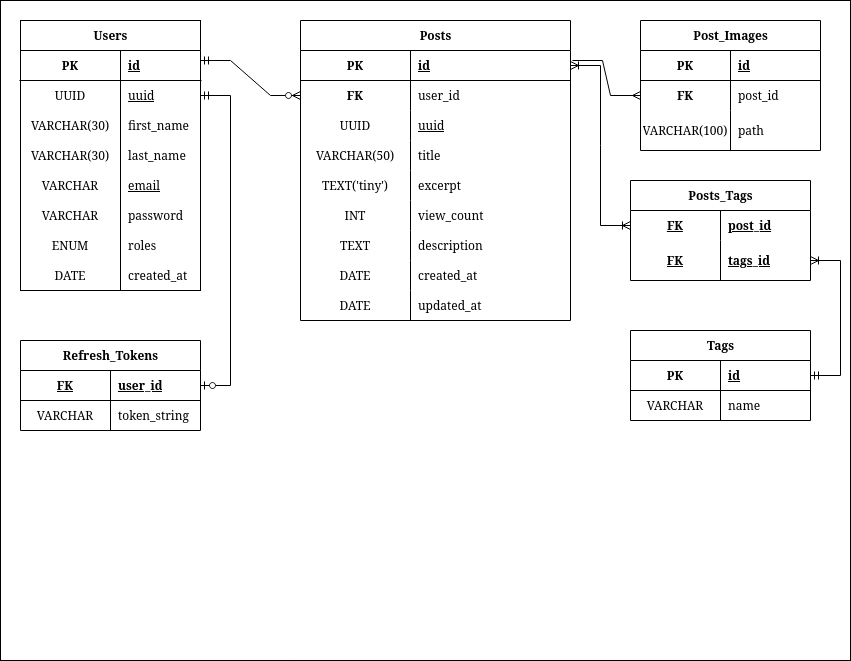
Above: docs/images/Blog ERD.png in Leezan-1/Dummy_Blog (draw.io), before the change. Source tidied: cells renumbered, new cells last; positions are measured from the earlier drawing's top-left corner, leaving out a move shared by most shapes.
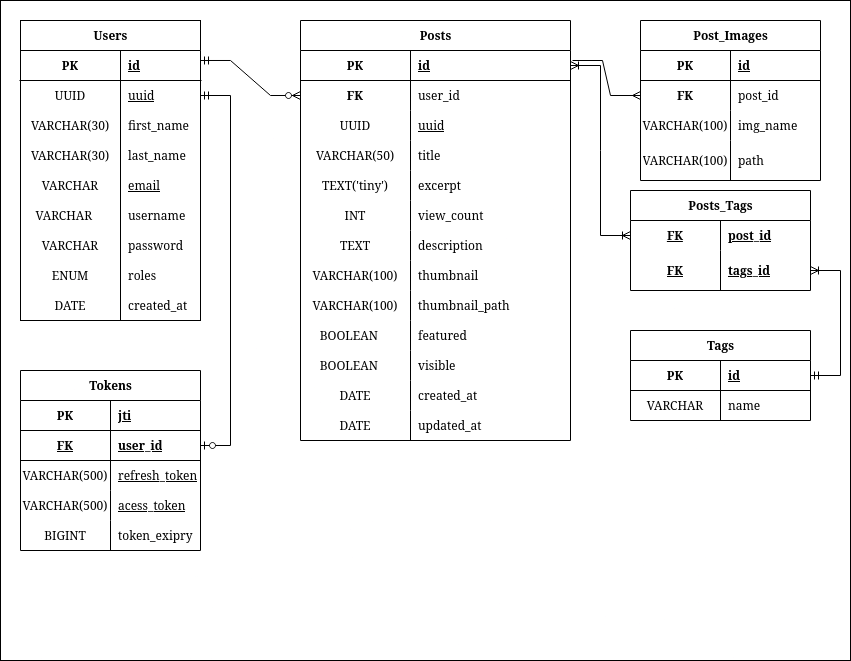
After the commit.

What changed in the source:
```diff
@@ -6,7 +6,7 @@
       <mxGeometry width="850" height="660" as="geometry" />
     </mxCell>
     <mxCell id="3" value="Users" style="shape=table;startSize=30;rowLines=0;fontStyle=1;align=center;html=1;" parent="1" vertex="1">
-      <mxGeometry x="20" y="20" width="180" height="270" as="geometry" />
+      <mxGeometry x="20" y="20" width="180" height="300" as="geometry" />
     </mxCell>
     <mxCell id="4" style="shape=tableRow;horizontal=0;startSize=0;swimlaneHead=0;swimlaneBody=0;fillColor=none;points=[[0,0.5],[1,0.5]];portConstraint=eastwest;top=0;left=0;right=0;bottom=1;" parent="3" vertex="1">
       <mxGeometry y="30" width="180" height="30" as="geometry" />
@@ -53,8 +53,17 @@
     <mxCell id="18" value="email" style="shape=partialRectangle;fillColor=none;top=0;left=0;bottom=0;right=0;align=left;spacingLeft=6;overflow=hidden;strokeColor=default;verticalAlign=middle;fontFamily=Helvetica;fontSize=12;fontColor=default;fontStyle=4;" parent="16" vertex="1">
       <mxGeometry x="100" width="80" height="30" as="geometry" />
     </mxCell>
+    <mxCell id="92" style="shape=tableRow;horizontal=0;startSize=0;swimlaneHead=0;swimlaneBody=0;fillColor=none;top=0;left=0;right=0;bottom=0;" parent="3" vertex="1">
+      <mxGeometry y="180" width="180" height="30" as="geometry" />
+    </mxCell>
+    <mxCell id="93" value="VARCHAR    " style="shape=partialRectangle;fillColor=none;top=0;left=0;bottom=0;right=0;overflow=hidden;" parent="92" vertex="1">
+      <mxGeometry width="100" height="30" as="geometry" />
+    </mxCell>
+    <mxCell id="94" value="username" style="shape=partialRectangle;fillColor=none;top=0;left=0;bottom=0;right=0;align=left;spacingLeft=6;overflow=hidden;" parent="92" vertex="1">
+      <mxGeometry x="100" width="80" height="30" as="geometry" />
+    </mxCell>
     <mxCell id="19" style="shape=tableRow;horizontal=0;startSize=0;swimlaneHead=0;swimlaneBody=0;fillColor=none;top=0;left=0;right=0;bottom=0;strokeColor=default;align=center;verticalAlign=middle;fontFamily=Helvetica;fontSize=12;fontColor=default;fontStyle=1;" parent="3" vertex="1">
-      <mxGeometry y="180" width="180" height="30" as="geometry" />
+      <mxGeometry y="210" width="180" height="30" as="geometry" />
     </mxCell>
     <mxCell id="20" value="VARCHAR" style="shape=partialRectangle;fillColor=none;top=0;left=0;bottom=0;right=0;overflow=hidden;strokeColor=default;align=center;verticalAlign=middle;fontFamily=Helvetica;fontSize=12;fontColor=default;fontStyle=0;" parent="19" vertex="1">
       <mxGeometry width="100" height="30" as="geometry" />
@@ -63,7 +72,7 @@
       <mxGeometry x="100" width="80" height="30" as="geometry" />
     </mxCell>
     <mxCell id="22" style="shape=tableRow;horizontal=0;startSize=0;swimlaneHead=0;swimlaneBody=0;fillColor=none;top=0;left=0;right=0;bottom=0;strokeColor=default;align=center;verticalAlign=middle;fontFamily=Helvetica;fontSize=12;fontColor=default;fontStyle=1;" parent="3" vertex="1">
-      <mxGeometry y="210" width="180" height="30" as="geometry" />
+      <mxGeometry y="240" width="180" height="30" as="geometry" />
     </mxCell>
     <mxCell id="23" value="ENUM" style="shape=partialRectangle;fillColor=none;top=0;left=0;bottom=0;right=0;overflow=hidden;strokeColor=default;align=center;verticalAlign=middle;fontFamily=Helvetica;fontSize=12;fontColor=default;fontStyle=0;" parent="22" vertex="1">
       <mxGeometry width="100" height="30" as="geometry" />
@@ -72,7 +81,7 @@
       <mxGeometry x="100" width="80" height="30" as="geometry" />
     </mxCell>
     <mxCell id="25" style="shape=tableRow;horizontal=0;startSize=0;swimlaneHead=0;swimlaneBody=0;fillColor=none;top=0;left=0;right=0;bottom=0;" parent="3" vertex="1">
-      <mxGeometry y="240" width="180" height="30" as="geometry" />
+      <mxGeometry y="270" width="180" height="30" as="geometry" />
     </mxCell>
     <mxCell id="26" value="DATE" style="shape=partialRectangle;fillColor=none;top=0;left=0;bottom=0;right=0;overflow=hidden;whiteSpace=wrap;html=1;" parent="25" vertex="1">
       <mxGeometry width="100" height="30" as="geometry" />
@@ -81,7 +90,7 @@
       <mxGeometry x="100" width="80" height="30" as="geometry" />
     </mxCell>
     <mxCell id="28" value="Posts" style="shape=table;startSize=30;rowLines=0;fontStyle=1;align=center;html=1;" parent="1" vertex="1">
-      <mxGeometry x="300" y="20" width="270" height="300" as="geometry" />
+      <mxGeometry x="300" y="20" width="270" height="420" as="geometry" />
     </mxCell>
     <mxCell id="29" style="shape=tableRow;horizontal=0;startSize=0;swimlaneHead=0;swimlaneBody=0;fillColor=none;points=[[0,0.5],[1,0.5]];portConstraint=eastwest;top=0;left=0;right=0;bottom=1;" parent="28" vertex="1">
       <mxGeometry y="30" width="270" height="30" as="geometry" />
@@ -146,8 +155,44 @@
     <mxCell id="49" value="description" style="shape=partialRectangle;fillColor=none;top=0;left=0;bottom=0;right=0;align=left;spacingLeft=6;overflow=hidden;" parent="47" vertex="1">
       <mxGeometry x="110" width="160" height="30" as="geometry" />
     </mxCell>
+    <mxCell id="95" style="shape=tableRow;horizontal=0;startSize=0;swimlaneHead=0;swimlaneBody=0;fillColor=none;top=0;left=0;right=0;bottom=0;" parent="28" vertex="1">
+      <mxGeometry y="240" width="270" height="30" as="geometry" />
+    </mxCell>
+    <mxCell id="96" value="VARCHAR(100)" style="shape=partialRectangle;fillColor=none;top=0;left=0;bottom=0;right=0;overflow=hidden;" parent="95" vertex="1">
+      <mxGeometry width="110" height="30" as="geometry" />
+    </mxCell>
+    <mxCell id="97" value="thumbnail" style="shape=partialRectangle;fillColor=none;top=0;left=0;bottom=0;right=0;align=left;spacingLeft=6;overflow=hidden;" parent="95" vertex="1">
+      <mxGeometry x="110" width="160" height="30" as="geometry" />
+    </mxCell>
+    <mxCell id="98" style="shape=tableRow;horizontal=0;startSize=0;swimlaneHead=0;swimlaneBody=0;fillColor=none;top=0;left=0;right=0;bottom=0;" parent="28" vertex="1">
+      <mxGeometry y="270" width="270" height="30" as="geometry" />
+    </mxCell>
+    <mxCell id="99" value="VARCHAR(100)" style="shape=partialRectangle;fillColor=none;top=0;left=0;bottom=0;right=0;overflow=hidden;" parent="98" vertex="1">
+      <mxGeometry width="110" height="30" as="geometry" />
+    </mxCell>
+    <mxCell id="100" value="thumbnail_path" style="shape=partialRectangle;fillColor=none;top=0;left=0;bottom=0;right=0;align=left;spacingLeft=6;overflow=hidden;" parent="98" vertex="1">
+      <mxGeometry x="110" width="160" height="30" as="geometry" />
+    </mxCell>
+    <mxCell id="101" style="shape=tableRow;horizontal=0;startSize=0;swimlaneHead=0;swimlaneBody=0;fillColor=none;top=0;left=0;right=0;bottom=0;" parent="28" vertex="1">
+      <mxGeometry y="300" width="270" height="30" as="geometry" />
+    </mxCell>
+    <mxCell id="102" value="BOOLEAN    " style="shape=partialRectangle;fillColor=none;top=0;left=0;bottom=0;right=0;overflow=hidden;" parent="101" vertex="1">
+      <mxGeometry width="110" height="30" as="geometry" />
+    </mxCell>
+    <mxCell id="103" value="featured" style="shape=partialRectangle;fillColor=none;top=0;left=0;bottom=0;right=0;align=left;spacingLeft=6;overflow=hidden;" parent="101" vertex="1">
+      <mxGeometry x="110" width="160" height="30" as="geometry" />
+    </mxCell>
+    <mxCell id="104" style="shape=tableRow;horizontal=0;startSize=0;swimlaneHead=0;swimlaneBody=0;fillColor=none;top=0;left=0;right=0;bottom=0;" parent="28" vertex="1">
+      <mxGeometry y="330" width="270" height="30" as="geometry" />
+    </mxCell>
+    <mxCell id="105" value="BOOLEAN    " style="shape=partialRectangle;fillColor=none;top=0;left=0;bottom=0;right=0;overflow=hidden;" parent="104" vertex="1">
+      <mxGeometry width="110" height="30" as="geometry" />
+    </mxCell>
+    <mxCell id="106" value="visible" style="shape=partialRectangle;fillColor=none;top=0;left=0;bottom=0;right=0;align=left;spacingLeft=6;overflow=hidden;" parent="104" vertex="1">
+      <mxGeometry x="110" width="160" height="30" as="geometry" />
+    </mxCell>
     <mxCell id="50" style="shape=tableRow;horizontal=0;startSize=0;swimlaneHead=0;swimlaneBody=0;fillColor=none;top=0;left=0;right=0;bottom=0;strokeColor=default;align=center;verticalAlign=middle;fontFamily=Helvetica;fontSize=12;fontColor=default;fontStyle=1;" parent="28" vertex="1">
-      <mxGeometry y="240" width="270" height="30" as="geometry" />
+      <mxGeometry y="360" width="270" height="30" as="geometry" />
     </mxCell>
     <mxCell id="51" value="DATE" style="shape=partialRectangle;fillColor=none;top=0;left=0;bottom=0;right=0;overflow=hidden;strokeColor=default;align=center;verticalAlign=middle;fontFamily=Helvetica;fontSize=12;fontColor=default;fontStyle=0;" parent="50" vertex="1">
       <mxGeometry width="110" height="30" as="geometry" />
@@ -156,7 +201,7 @@
       <mxGeometry x="110" width="160" height="30" as="geometry" />
     </mxCell>
     <mxCell id="53" style="shape=tableRow;horizontal=0;startSize=0;swimlaneHead=0;swimlaneBody=0;fillColor=none;top=0;left=0;right=0;bottom=0;strokeColor=default;align=center;verticalAlign=middle;fontFamily=Helvetica;fontSize=12;fontColor=default;fontStyle=1;" parent="28" vertex="1">
-      <mxGeometry y="270" width="270" height="30" as="geometry" />
+      <mxGeometry y="390" width="270" height="30" as="geometry" />
     </mxCell>
     <mxCell id="54" value="DATE" style="shape=partialRectangle;fillColor=none;top=0;left=0;bottom=0;right=0;overflow=hidden;strokeColor=default;align=center;verticalAlign=middle;fontFamily=Helvetica;fontSize=12;fontColor=default;fontStyle=0;" parent="53" vertex="1">
       <mxGeometry width="110" height="30" as="geometry" />
@@ -165,7 +210,7 @@
       <mxGeometry x="110" width="160" height="30" as="geometry" />
     </mxCell>
     <mxCell id="56" value="Post_Images" style="shape=table;startSize=30;rowLines=0;fontStyle=1;align=center;html=1;" parent="1" vertex="1">
-      <mxGeometry x="640" y="20" width="180" height="130" as="geometry" />
+      <mxGeometry x="640" y="20" width="180" height="160" as="geometry" />
     </mxCell>
     <mxCell id="57" style="shape=tableRow;horizontal=0;startSize=0;swimlaneHead=0;swimlaneBody=0;fillColor=none;top=0;left=0;right=0;bottom=1;" parent="56" vertex="1">
       <mxGeometry y="30" width="180" height="30" as="geometry" />
@@ -185,8 +230,17 @@
     <mxCell id="62" value="post_id" style="shape=partialRectangle;fillColor=none;top=0;left=0;bottom=0;right=0;align=left;spacingLeft=6;overflow=hidden;fontStyle=0;" parent="60" vertex="1">
       <mxGeometry x="90" width="90" height="30" as="geometry" />
     </mxCell>
+    <mxCell id="107" style="shape=tableRow;horizontal=0;startSize=0;swimlaneHead=0;swimlaneBody=0;fillColor=none;top=0;left=0;right=0;bottom=0;" parent="56" vertex="1">
+      <mxGeometry y="90" width="180" height="30" as="geometry" />
+    </mxCell>
+    <mxCell id="108" value="VARCHAR(100)" style="shape=partialRectangle;fillColor=none;top=0;left=0;bottom=0;right=0;overflow=hidden;" parent="107" vertex="1">
+      <mxGeometry width="90" height="30" as="geometry" />
+    </mxCell>
+    <mxCell id="109" value="img_name" style="shape=partialRectangle;fillColor=none;top=0;left=0;bottom=0;right=0;align=left;spacingLeft=6;overflow=hidden;" parent="107" vertex="1">
+      <mxGeometry x="90" width="90" height="30" as="geometry" />
+    </mxCell>
     <mxCell id="63" style="shape=tableRow;horizontal=0;startSize=0;swimlaneHead=0;swimlaneBody=0;fillColor=none;top=0;left=0;right=0;bottom=0;" parent="56" vertex="1">
-      <mxGeometry y="90" width="180" height="40" as="geometry" />
+      <mxGeometry y="120" width="180" height="40" as="geometry" />
     </mxCell>
     <mxCell id="64" value="VARCHAR(100)" style="shape=partialRectangle;fillColor=none;top=0;left=0;bottom=0;right=0;overflow=hidden;whiteSpace=wrap;html=1;" parent="63" vertex="1">
       <mxGeometry width="90" height="40" as="geometry" />
@@ -208,7 +262,7 @@
       </mxGeometry>
     </mxCell>
     <mxCell id="67" value="Posts_Tags" style="shape=table;startSize=30;rowLines=0;fontStyle=1;align=center;html=1;" parent="1" vertex="1">
-      <mxGeometry x="630" y="180" width="180" height="100" as="geometry" />
+      <mxGeometry x="630" y="190" width="180" height="100" as="geometry" />
     </mxCell>
     <mxCell id="68" style="shape=tableRow;horizontal=0;startSize=0;swimlaneHead=0;swimlaneBody=0;fillColor=none;points=[[0,0.5],[1,0.5]];portConstraint=eastwest;top=0;left=0;right=0;bottom=0;" parent="67" vertex="1">
       <mxGeometry y="30" width="180" height="30" as="geometry" />
@@ -263,11 +317,20 @@
         </Array>
       </mxGeometry>
     </mxCell>
-    <mxCell id="83" value="Refresh_Tokens" style="shape=table;startSize=30;rowLines=0;fontStyle=1;align=center;html=1;" parent="1" vertex="1">
-      <mxGeometry x="20" y="340" width="180" height="90" as="geometry" />
+    <mxCell id="83" value="Tokens" style="shape=table;startSize=30;rowLines=0;fontStyle=1;align=center;html=1;" parent="1" vertex="1">
+      <mxGeometry x="20" y="370" width="180" height="180" as="geometry" />
     </mxCell>
+    <mxCell id="110" style="shape=tableRow;horizontal=0;startSize=0;swimlaneHead=0;swimlaneBody=0;fillColor=none;top=0;left=0;right=0;bottom=1;" parent="83" vertex="1">
+      <mxGeometry y="30" width="180" height="30" as="geometry" />
+    </mxCell>
+    <mxCell id="111" value="PK" style="shape=partialRectangle;fillColor=none;top=0;left=0;bottom=0;right=0;fontStyle=1;overflow=hidden;whiteSpace=wrap;html=1;" parent="110" vertex="1">
+      <mxGeometry width="90" height="30" as="geometry" />
+    </mxCell>
+    <mxCell id="112" value="jti" style="shape=partialRectangle;fillColor=none;top=0;left=0;bottom=0;right=0;align=left;spacingLeft=6;fontStyle=5;overflow=hidden;whiteSpace=wrap;html=1;" parent="110" vertex="1">
+      <mxGeometry x="90" width="90" height="30" as="geometry" />
+    </mxCell>
     <mxCell id="84" style="shape=tableRow;horizontal=0;startSize=0;swimlaneHead=0;swimlaneBody=0;fillColor=none;points=[[0,0.5],[1,0.5]];portConstraint=eastwest;top=0;left=0;right=0;bottom=1;strokeColor=default;align=center;verticalAlign=middle;fontFamily=Helvetica;fontSize=12;fontColor=default;fontStyle=1;" parent="83" vertex="1">
-      <mxGeometry y="30" width="180" height="30" as="geometry" />
+      <mxGeometry y="60" width="180" height="30" as="geometry" />
     </mxCell>
     <mxCell id="85" value="&lt;u&gt;FK&lt;/u&gt;" style="shape=partialRectangle;fillColor=none;top=0;left=0;bottom=0;right=0;fontStyle=1;overflow=hidden;whiteSpace=wrap;html=1;strokeColor=default;align=center;verticalAlign=middle;fontFamily=Helvetica;fontSize=12;fontColor=default;" parent="84" vertex="1">
       <mxGeometry width="90" height="30" as="geometry" />
@@ -276,14 +339,32 @@
       <mxGeometry x="90" width="90" height="30" as="geometry" />
     </mxCell>
     <mxCell id="87" style="shape=tableRow;horizontal=0;startSize=0;swimlaneHead=0;swimlaneBody=0;fillColor=none;top=0;left=0;right=0;bottom=0;" parent="83" vertex="1">
-      <mxGeometry y="60" width="180" height="30" as="geometry" />
+      <mxGeometry y="90" width="180" height="30" as="geometry" />
     </mxCell>
-    <mxCell id="88" value="VARCHAR" style="shape=partialRectangle;fillColor=none;top=0;left=0;bottom=0;right=0;overflow=hidden;fontStyle=0;" parent="87" vertex="1">
+    <mxCell id="88" value="VARCHAR(500)" style="shape=partialRectangle;fillColor=none;top=0;left=0;bottom=0;right=0;overflow=hidden;fontStyle=0;" parent="87" vertex="1">
       <mxGeometry width="90" height="30" as="geometry" />
     </mxCell>
-    <mxCell id="89" value="token_string" style="shape=partialRectangle;fillColor=none;top=0;left=0;bottom=0;right=0;align=left;spacingLeft=6;overflow=hidden;fontStyle=0;" parent="87" vertex="1">
+    <mxCell id="89" value="refresh_token" style="shape=partialRectangle;fillColor=none;top=0;left=0;bottom=0;right=0;align=left;spacingLeft=6;overflow=hidden;fontStyle=4;" parent="87" vertex="1">
       <mxGeometry x="90" width="90" height="30" as="geometry" />
     </mxCell>
+    <mxCell id="113" style="shape=tableRow;horizontal=0;startSize=0;swimlaneHead=0;swimlaneBody=0;fillColor=none;top=0;left=0;right=0;bottom=0;" parent="83" vertex="1">
+      <mxGeometry y="120" width="180" height="30" as="geometry" />
+    </mxCell>
+    <mxCell id="114" value="VARCHAR(500)" style="shape=partialRectangle;fillColor=none;top=0;left=0;bottom=0;right=0;overflow=hidden;" parent="113" vertex="1">
+      <mxGeometry width="90" height="30" as="geometry" />
+    </mxCell>
+    <mxCell id="115" value="acess_token" style="shape=partialRectangle;fillColor=none;top=0;left=0;bottom=0;right=0;align=left;spacingLeft=6;overflow=hidden;fontStyle=4;" parent="113" vertex="1">
+      <mxGeometry x="90" width="90" height="30" as="geometry" />
+    </mxCell>
+    <mxCell id="116" style="shape=tableRow;horizontal=0;startSize=0;swimlaneHead=0;swimlaneBody=0;fillColor=none;top=0;left=0;right=0;bottom=0;" parent="83" vertex="1">
+      <mxGeometry y="150" width="180" height="30" as="geometry" />
+    </mxCell>
+    <mxCell id="117" value="BIGINT" style="shape=partialRectangle;fillColor=none;top=0;left=0;bottom=0;right=0;overflow=hidden;" parent="116" vertex="1">
+      <mxGeometry width="90" height="30" as="geometry" />
+    </mxCell>
+    <mxCell id="118" value="token_exipry" style="shape=partialRectangle;fillColor=none;top=0;left=0;bottom=0;right=0;align=left;spacingLeft=6;overflow=hidden;" parent="116" vertex="1">
+      <mxGeometry x="90" width="90" height="30" as="geometry" />
+    </mxCell>
     <mxCell id="90" style="edgeStyle=entityRelationEdgeStyle;fontSize=12;html=1;endArrow=ERzeroToOne;startArrow=ERmandOne;rounded=0;exitX=1;exitY=0.5;exitDx=0;exitDy=0;entryX=1;entryY=0.5;entryDx=0;entryDy=0;" parent="1" edge="1" source="7" target="84">
       <mxGeometry relative="1" as="geometry">
         <Array as="points">
```
